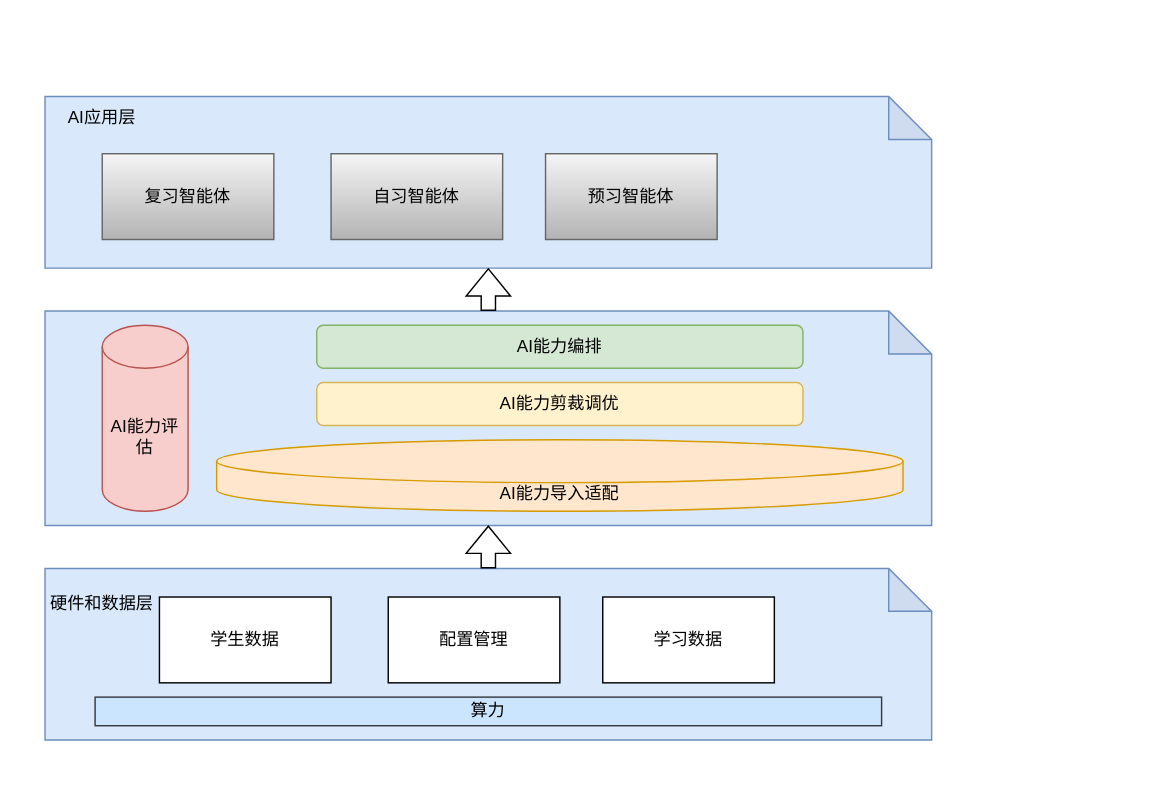
This is 自习系统.drawio from astonbest/DevExp-DevBox, a draw.io file, before an edit. Source tidied: cells renumbered, new cells numbered last; positions are measured from the earlier drawing's top-left corner, leaving out a move shared by most shapes. Both pictures are drawn from the tidied source at 143%, with x=0, y=0 at pixel (44, 96).
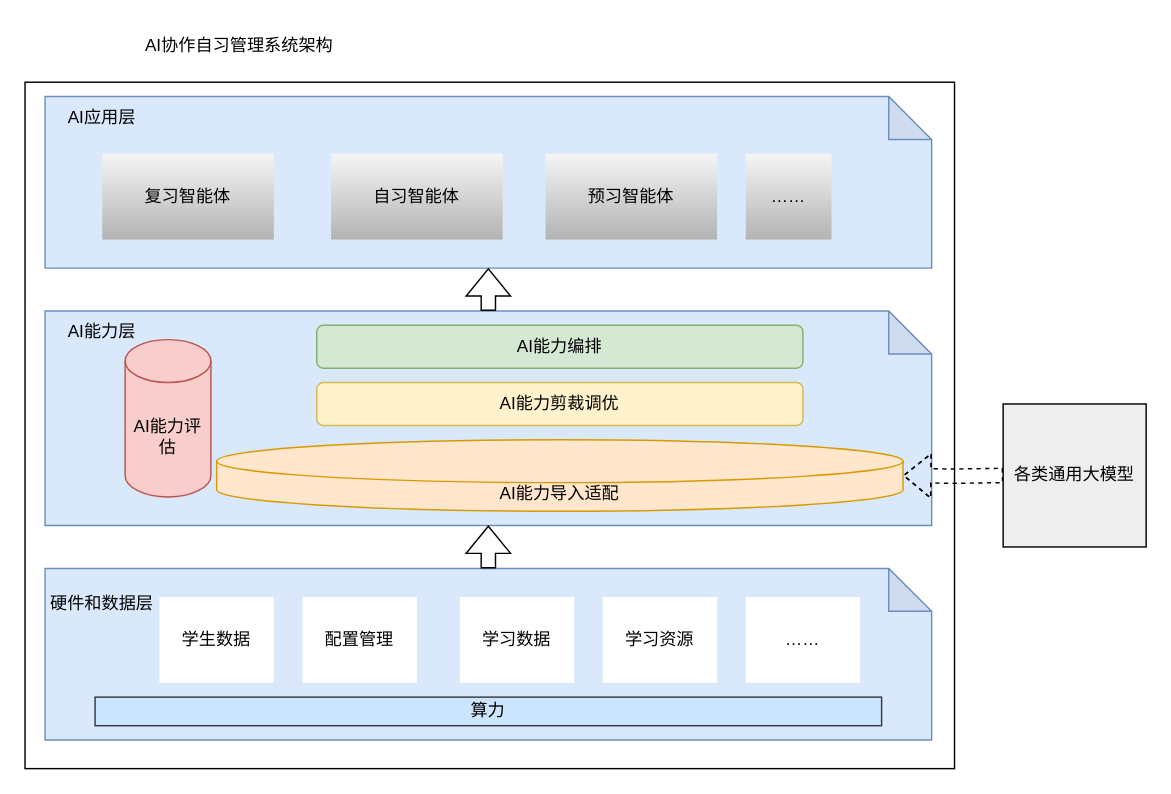
After the change.

Commit message (it also covers changes not shown here):
更新自习系统.drawio

Unchanged cells that the change refers to:
```xml
<mxCell id="13" value="AI能力导入适配" style="shape=cylinder3;whiteSpace=wrap;html=1;boundedLbl=1;backgroundOutline=1;size=15;fillColor=#ffe6cc;strokeColor=#d79b00;" parent="1" vertex="1">
  <mxGeometry x="120" y="240" width="480" height="50" as="geometry" />
</mxCell>
```

Change to the diagram source:
```diff
@@
+    <mxCell id="20" style="rounded=0;whiteSpace=wrap;html=1;" parent="1" vertex="1">
+      <mxGeometry x="-14" y="-10" width="650" height="480" as="geometry" />
+    </mxCell>
@@
-    <mxCell id="4" value="学生数据" style="rounded=0;whiteSpace=wrap;html=1;" parent="1" vertex="1">
-      <mxGeometry x="80" y="350" width="120" height="60" as="geometry" />
+    <mxCell id="4" value="学生数据" style="rounded=0;whiteSpace=wrap;html=1;strokeColor=none;" parent="1" vertex="1">
+      <mxGeometry x="80" y="350" width="80" height="60" as="geometry" />
     </mxCell>
-    <mxCell id="5" value="配置管理" style="rounded=0;whiteSpace=wrap;html=1;" parent="1" vertex="1">
-      <mxGeometry x="240" y="350" width="120" height="60" as="geometry" />
+    <mxCell id="5" value="配置管理" style="rounded=0;whiteSpace=wrap;html=1;strokeColor=none;" parent="1" vertex="1">
+      <mxGeometry x="180" y="350" width="80" height="60" as="geometry" />
     </mxCell>
@@
-    <mxCell id="7" value="学习数据" style="rounded=0;whiteSpace=wrap;html=1;" parent="1" vertex="1">
-      <mxGeometry x="390" y="350" width="120" height="60" as="geometry" />
+    <mxCell id="7" value="学习数据" style="rounded=0;whiteSpace=wrap;html=1;strokeColor=none;" parent="1" vertex="1">
+      <mxGeometry x="290" y="350" width="80" height="60" as="geometry" />
     </mxCell>
@@
-    <mxCell id="9" value="复习智能体" style="rounded=0;whiteSpace=wrap;html=1;fillColor=#f5f5f5;gradientColor=#b3b3b3;strokeColor=#666666;" parent="1" vertex="1">
+    <mxCell id="9" value="复习智能体" style="rounded=0;whiteSpace=wrap;html=1;fillColor=#f5f5f5;gradientColor=#b3b3b3;strokeColor=none;" parent="1" vertex="1">
       <mxGeometry x="40" y="40" width="120" height="60" as="geometry" />
     </mxCell>
-    <mxCell id="10" value="自习智能体" style="rounded=0;whiteSpace=wrap;html=1;fillColor=#f5f5f5;gradientColor=#b3b3b3;strokeColor=#666666;" parent="1" vertex="1">
+    <mxCell id="10" value="自习智能体" style="rounded=0;whiteSpace=wrap;html=1;fillColor=#f5f5f5;gradientColor=#b3b3b3;strokeColor=none;" parent="1" vertex="1">
       <mxGeometry x="200" y="40" width="120" height="60" as="geometry" />
     </mxCell>
-    <mxCell id="11" value="预习智能体" style="rounded=0;whiteSpace=wrap;html=1;fillColor=#f5f5f5;gradientColor=#b3b3b3;strokeColor=#666666;" parent="1" vertex="1">
+    <mxCell id="11" value="预习智能体" style="rounded=0;whiteSpace=wrap;html=1;fillColor=#f5f5f5;gradientColor=#b3b3b3;strokeColor=none;" parent="1" vertex="1">
       <mxGeometry x="350" y="40" width="120" height="60" as="geometry" />
     </mxCell>
@@
     <mxCell id="14" value="AI能力评估" style="shape=cylinder3;whiteSpace=wrap;html=1;boundedLbl=1;backgroundOutline=1;size=15;fillColor=#f8cecc;strokeColor=#b85450;" parent="1" vertex="1">
-      <mxGeometry x="40" y="160" width="60" height="130" as="geometry" />
+      <mxGeometry x="56" y="170" width="60" height="110" as="geometry" />
     </mxCell>
@@
+    <mxCell id="21" value="学习资源" style="rounded=0;whiteSpace=wrap;html=1;strokeColor=none;" parent="1" vertex="1">
+      <mxGeometry x="390" y="350" width="80" height="60" as="geometry" />
+    </mxCell>
+    <mxCell id="22" style="edgeStyle=orthogonalEdgeStyle;rounded=0;jettySize=auto;html=1;entryX=1;entryY=0.5;entryDx=0;entryDy=0;entryPerimeter=0;shape=flexArrow;dashed=1;" parent="1" edge="1" target="13">
+      <mxGeometry relative="1" as="geometry">
+        <mxPoint x="670" y="265" as="sourcePoint" />
+      </mxGeometry>
+    </mxCell>
+    <mxCell id="23" value="各类通用大模型" style="whiteSpace=wrap;html=1;fillColor=#eeeeee;strokeColor=default;" parent="1" vertex="1">
+      <mxGeometry x="670" y="215" width="100" height="100" as="geometry" />
+    </mxCell>
+    <mxCell id="24" value="……" style="rounded=0;whiteSpace=wrap;html=1;fillColor=#f5f5f5;gradientColor=#b3b3b3;strokeColor=none;dashed=1;dashPattern=8 8;" parent="1" vertex="1">
+      <mxGeometry x="490" y="40" width="60" height="60" as="geometry" />
+    </mxCell>
+    <mxCell id="25" value="……" style="rounded=0;whiteSpace=wrap;html=1;dashed=1;dashPattern=12 12;strokeColor=none;" parent="1" vertex="1">
+      <mxGeometry x="490" y="350" width="80" height="60" as="geometry" />
+    </mxCell>
+    <mxCell id="26" value="AI协作自习管理系统架构" style="text;html=1;align=center;verticalAlign=middle;whiteSpace=wrap;rounded=0;" parent="1" vertex="1">
+      <mxGeometry x="46" y="-50" width="180" height="30" as="geometry" />
+    </mxCell>
+    <mxCell id="27" value="AI能力层" style="text;html=1;align=center;verticalAlign=middle;whiteSpace=wrap;rounded=0;" parent="1" vertex="1">
+      <mxGeometry x="10" y="150" width="60" height="30" as="geometry" />
+    </mxCell>
```
